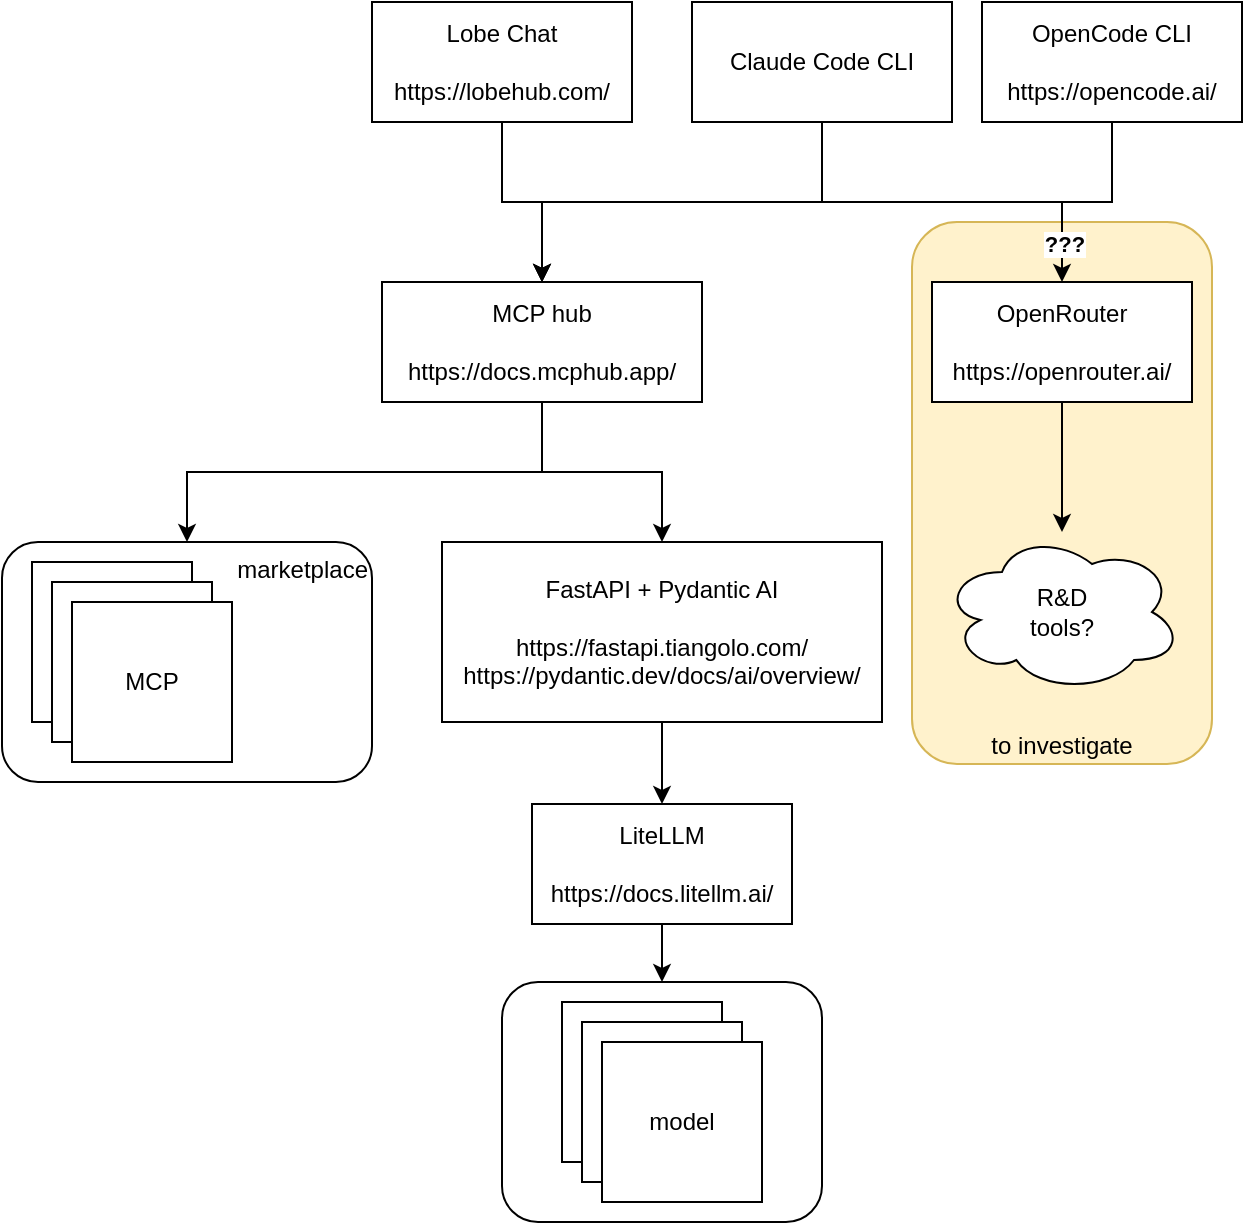
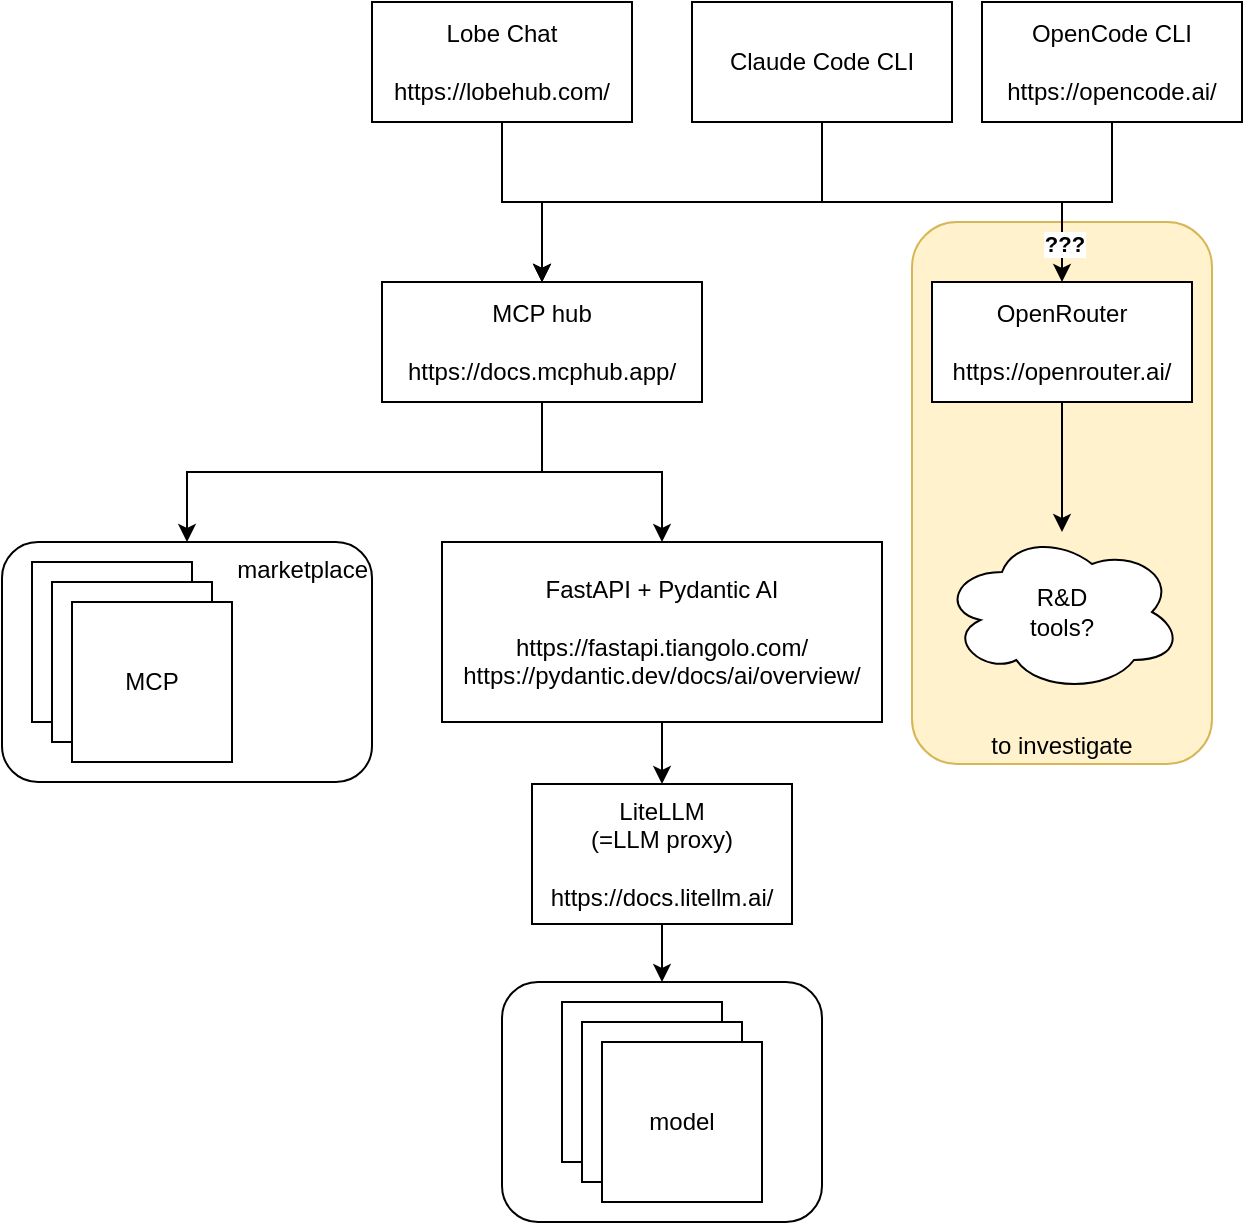
- <mxfile host="Electron">
-   <diagram name="Page-1" id="eoCcnYiY0moZGyWLbca1">
-     <mxGraphModel dx="1232" dy="834" grid="1" gridSize="10" guides="1" tooltips="1" connect="1" arrows="1" fold="1" page="1" pageScale="1" pageWidth="1169" pageHeight="827" math="0" shadow="0">
-       <root>
-         <mxCell id="0" />
-         <mxCell id="1" parent="0" />
-         <mxCell id="oqBE7Asl-N-f4Xp79ZGu-9" parent="1" style="rounded=1;whiteSpace=wrap;html=1;verticalAlign=bottom;fillColor=#fff2cc;strokeColor=#d6b656;" value="to investigate" vertex="1">
-           <mxGeometry height="271" width="150" x="729" y="219" as="geometry" />
-         </mxCell>
-         <mxCell id="QunFR9r59bLeWJVrqa1z-16" parent="1" style="rounded=1;whiteSpace=wrap;html=1;" value="" vertex="1">
-           <mxGeometry height="120" width="160" x="524" y="599" as="geometry" />
-         </mxCell>
-         <mxCell id="oqBE7Asl-N-f4Xp79ZGu-5" edge="1" parent="1" source="QunFR9r59bLeWJVrqa1z-1" style="edgeStyle=orthogonalEdgeStyle;rounded=0;orthogonalLoop=1;jettySize=auto;html=1;exitX=0.5;exitY=1;exitDx=0;exitDy=0;" target="QunFR9r59bLeWJVrqa1z-4">
-           <mxGeometry relative="1" as="geometry" />
-         </mxCell>
-         <mxCell id="QunFR9r59bLeWJVrqa1z-1" parent="1" style="rounded=0;whiteSpace=wrap;html=1;" value="OpenCode CLI&lt;br&gt;&lt;br&gt;https://opencode.ai/" vertex="1">
-           <mxGeometry height="60" width="130" x="764" y="109" as="geometry" />
-         </mxCell>
-         <mxCell id="QunFR9r59bLeWJVrqa1z-22" edge="1" parent="1" source="QunFR9r59bLeWJVrqa1z-2" style="edgeStyle=orthogonalEdgeStyle;rounded=0;orthogonalLoop=1;jettySize=auto;html=1;exitX=0.5;exitY=1;exitDx=0;exitDy=0;" target="QunFR9r59bLeWJVrqa1z-3">
-           <mxGeometry relative="1" as="geometry" />
-         </mxCell>
-         <mxCell id="QunFR9r59bLeWJVrqa1z-2" parent="1" style="rounded=0;whiteSpace=wrap;html=1;" value="OpenRouter&lt;br&gt;&lt;br&gt;https://openrouter.ai/" vertex="1">
-           <mxGeometry height="60" width="130" x="739" y="249" as="geometry" />
-         </mxCell>
-         <mxCell id="QunFR9r59bLeWJVrqa1z-3" parent="1" style="ellipse;shape=cloud;whiteSpace=wrap;html=1;" value="R&amp;amp;D&lt;div&gt;tools?&lt;/div&gt;" vertex="1">
-           <mxGeometry height="80" width="120" x="744" y="374" as="geometry" />
-         </mxCell>
-         <mxCell id="QunFR9r59bLeWJVrqa1z-17" edge="1" parent="1" source="QunFR9r59bLeWJVrqa1z-4" style="edgeStyle=orthogonalEdgeStyle;rounded=0;orthogonalLoop=1;jettySize=auto;html=1;exitX=0.5;exitY=1;exitDx=0;exitDy=0;entryX=0.5;entryY=0;entryDx=0;entryDy=0;" target="QunFR9r59bLeWJVrqa1z-5">
-           <mxGeometry relative="1" as="geometry" />
-         </mxCell>
-         <mxCell id="QunFR9r59bLeWJVrqa1z-28" edge="1" parent="1" source="QunFR9r59bLeWJVrqa1z-4" style="edgeStyle=orthogonalEdgeStyle;rounded=0;orthogonalLoop=1;jettySize=auto;html=1;exitX=0.5;exitY=1;exitDx=0;exitDy=0;entryX=0.5;entryY=0;entryDx=0;entryDy=0;" target="QunFR9r59bLeWJVrqa1z-23">
-           <mxGeometry relative="1" as="geometry" />
-         </mxCell>
-         <mxCell id="QunFR9r59bLeWJVrqa1z-4" parent="1" style="rounded=0;whiteSpace=wrap;html=1;" value="MCP hub&lt;br&gt;&lt;br&gt;https://docs.mcphub.app/" vertex="1">
-           <mxGeometry height="60" width="160" x="464" y="249" as="geometry" />
-         </mxCell>
-         <mxCell id="QunFR9r59bLeWJVrqa1z-18" edge="1" parent="1" source="QunFR9r59bLeWJVrqa1z-5" style="edgeStyle=orthogonalEdgeStyle;rounded=0;orthogonalLoop=1;jettySize=auto;html=1;exitX=0.5;exitY=1;exitDx=0;exitDy=0;entryX=0.5;entryY=0;entryDx=0;entryDy=0;" target="QunFR9r59bLeWJVrqa1z-7">
-           <mxGeometry relative="1" as="geometry">
-             <mxPoint x="624" y="489" as="sourcePoint" />
-           </mxGeometry>
-         </mxCell>
-         <mxCell id="QunFR9r59bLeWJVrqa1z-5" parent="1" style="rounded=0;whiteSpace=wrap;html=1;" value="FastAPI + Pydantic AI&lt;br&gt;&lt;br&gt;https://fastapi.tiangolo.com/&lt;br&gt;https://pydantic.dev/docs/ai/overview/" vertex="1">
-           <mxGeometry height="90" width="220" x="494" y="379" as="geometry" />
-         </mxCell>
-         <mxCell id="QunFR9r59bLeWJVrqa1z-19" edge="1" parent="1" source="QunFR9r59bLeWJVrqa1z-7" style="edgeStyle=orthogonalEdgeStyle;rounded=0;orthogonalLoop=1;jettySize=auto;html=1;exitX=0.5;exitY=1;exitDx=0;exitDy=0;entryX=0.5;entryY=0;entryDx=0;entryDy=0;" target="QunFR9r59bLeWJVrqa1z-16">
-           <mxGeometry relative="1" as="geometry" />
-         </mxCell>
-         <mxCell id="QunFR9r59bLeWJVrqa1z-7" parent="1" style="rounded=0;whiteSpace=wrap;html=1;" value="LiteLLM&lt;br&gt;&lt;br&gt;https://docs.litellm.ai/" vertex="1">
-           <mxGeometry height="60" width="130" x="539" y="510" as="geometry" />
-         </mxCell>
-         <mxCell id="QunFR9r59bLeWJVrqa1z-9" parent="1" style="whiteSpace=wrap;html=1;aspect=fixed;" value="M1" vertex="1">
-           <mxGeometry height="80" width="80" x="554" y="609" as="geometry" />
-         </mxCell>
-         <mxCell id="QunFR9r59bLeWJVrqa1z-12" parent="1" style="whiteSpace=wrap;html=1;aspect=fixed;" value="M1" vertex="1">
-           <mxGeometry height="80" width="80" x="564" y="619" as="geometry" />
-         </mxCell>
-         <mxCell id="QunFR9r59bLeWJVrqa1z-13" parent="1" style="whiteSpace=wrap;html=1;aspect=fixed;" value="model" vertex="1">
-           <mxGeometry height="80" width="80" x="574" y="629" as="geometry" />
-         </mxCell>
-         <mxCell id="QunFR9r59bLeWJVrqa1z-23" parent="1" style="rounded=1;whiteSpace=wrap;html=1;align=right;verticalAlign=top;" value="marketplace" vertex="1">
-           <mxGeometry height="120" width="185" x="274" y="379" as="geometry" />
-         </mxCell>
-         <mxCell id="QunFR9r59bLeWJVrqa1z-24" parent="1" style="whiteSpace=wrap;html=1;aspect=fixed;" value="M1" vertex="1">
-           <mxGeometry height="80" width="80" x="289" y="389" as="geometry" />
-         </mxCell>
-         <mxCell id="QunFR9r59bLeWJVrqa1z-25" parent="1" style="whiteSpace=wrap;html=1;aspect=fixed;" value="M1" vertex="1">
-           <mxGeometry height="80" width="80" x="299" y="399" as="geometry" />
-         </mxCell>
-         <mxCell id="QunFR9r59bLeWJVrqa1z-26" parent="1" style="whiteSpace=wrap;html=1;aspect=fixed;" value="MCP" vertex="1">
-           <mxGeometry height="80" width="80" x="309" y="409" as="geometry" />
-         </mxCell>
-         <mxCell id="oqBE7Asl-N-f4Xp79ZGu-4" edge="1" parent="1" source="2" style="edgeStyle=orthogonalEdgeStyle;rounded=0;orthogonalLoop=1;jettySize=auto;html=1;exitX=0.5;exitY=1;exitDx=0;exitDy=0;" target="QunFR9r59bLeWJVrqa1z-4">
-           <mxGeometry relative="1" as="geometry" />
-         </mxCell>
-         <mxCell id="2" parent="1" style="rounded=0;whiteSpace=wrap;html=1;" value="Lobe Chat&lt;br&gt;&lt;br&gt;https://lobehub.com/" vertex="1">
-           <mxGeometry height="60" width="130" x="459" y="109" as="geometry" />
-         </mxCell>
-         <mxCell id="oqBE7Asl-N-f4Xp79ZGu-3" edge="1" parent="1" source="3" style="edgeStyle=orthogonalEdgeStyle;rounded=0;orthogonalLoop=1;jettySize=auto;html=1;exitX=0.5;exitY=1;exitDx=0;exitDy=0;entryX=0.5;entryY=0;entryDx=0;entryDy=0;" target="QunFR9r59bLeWJVrqa1z-4">
-           <mxGeometry relative="1" as="geometry" />
-         </mxCell>
-         <mxCell id="oqBE7Asl-N-f4Xp79ZGu-6" edge="1" parent="1" source="3" style="edgeStyle=orthogonalEdgeStyle;rounded=0;orthogonalLoop=1;jettySize=auto;html=1;exitX=0.5;exitY=1;exitDx=0;exitDy=0;entryX=0.5;entryY=0;entryDx=0;entryDy=0;" target="QunFR9r59bLeWJVrqa1z-2">
-           <mxGeometry relative="1" as="geometry" />
-         </mxCell>
-         <mxCell id="oqBE7Asl-N-f4Xp79ZGu-8" connectable="0" parent="oqBE7Asl-N-f4Xp79ZGu-6" style="edgeLabel;html=1;align=center;verticalAlign=middle;resizable=0;points=[];" value="&lt;b&gt;???&lt;/b&gt;" vertex="1">
-           <mxGeometry relative="1" x="0.8045" y="1" as="geometry">
-             <mxPoint as="offset" />
-           </mxGeometry>
-         </mxCell>
-         <mxCell id="3" parent="1" style="rounded=0;whiteSpace=wrap;html=1;" value="Claude Code CLI" vertex="1">
-           <mxGeometry height="60" width="130" x="619" y="109" as="geometry" />
-         </mxCell>
-       </root>
-     </mxGraphModel>
-   </diagram>
- </mxfile>
+ <mxfile host="65bd71144e">
+     <diagram name="Page-1" id="eoCcnYiY0moZGyWLbca1">
+         <mxGraphModel dx="2654" dy="1161" grid="1" gridSize="10" guides="1" tooltips="1" connect="1" arrows="1" fold="1" page="1" pageScale="1" pageWidth="1169" pageHeight="827" math="0" shadow="0">
+             <root>
+                 <mxCell id="0"/>
+                 <mxCell id="1" parent="0"/>
+                 <mxCell id="oqBE7Asl-N-f4Xp79ZGu-9" value="to investigate" style="rounded=1;whiteSpace=wrap;html=1;verticalAlign=bottom;fillColor=#fff2cc;strokeColor=#d6b656;" parent="1" vertex="1">
+                     <mxGeometry x="729" y="219" width="150" height="271" as="geometry"/>
+                 </mxCell>
+                 <mxCell id="QunFR9r59bLeWJVrqa1z-16" value="" style="rounded=1;whiteSpace=wrap;html=1;" parent="1" vertex="1">
+                     <mxGeometry x="524" y="599" width="160" height="120" as="geometry"/>
+                 </mxCell>
+                 <mxCell id="oqBE7Asl-N-f4Xp79ZGu-5" style="edgeStyle=orthogonalEdgeStyle;rounded=0;orthogonalLoop=1;jettySize=auto;html=1;exitX=0.5;exitY=1;exitDx=0;exitDy=0;" parent="1" source="QunFR9r59bLeWJVrqa1z-1" target="QunFR9r59bLeWJVrqa1z-4" edge="1">
+                     <mxGeometry relative="1" as="geometry"/>
+                 </mxCell>
+                 <mxCell id="QunFR9r59bLeWJVrqa1z-1" value="OpenCode CLI&lt;br&gt;&lt;br&gt;https://opencode.ai/" style="rounded=0;whiteSpace=wrap;html=1;" parent="1" vertex="1">
+                     <mxGeometry x="764" y="109" width="130" height="60" as="geometry"/>
+                 </mxCell>
+                 <mxCell id="QunFR9r59bLeWJVrqa1z-22" style="edgeStyle=orthogonalEdgeStyle;rounded=0;orthogonalLoop=1;jettySize=auto;html=1;exitX=0.5;exitY=1;exitDx=0;exitDy=0;" parent="1" source="QunFR9r59bLeWJVrqa1z-2" target="QunFR9r59bLeWJVrqa1z-3" edge="1">
+                     <mxGeometry relative="1" as="geometry"/>
+                 </mxCell>
+                 <mxCell id="QunFR9r59bLeWJVrqa1z-2" value="OpenRouter&lt;br&gt;&lt;br&gt;https://openrouter.ai/" style="rounded=0;whiteSpace=wrap;html=1;" parent="1" vertex="1">
+                     <mxGeometry x="739" y="249" width="130" height="60" as="geometry"/>
+                 </mxCell>
+                 <mxCell id="QunFR9r59bLeWJVrqa1z-3" value="R&amp;amp;D&lt;div&gt;tools?&lt;/div&gt;" style="ellipse;shape=cloud;whiteSpace=wrap;html=1;" parent="1" vertex="1">
+                     <mxGeometry x="744" y="374" width="120" height="80" as="geometry"/>
+                 </mxCell>
+                 <mxCell id="QunFR9r59bLeWJVrqa1z-17" style="edgeStyle=orthogonalEdgeStyle;rounded=0;orthogonalLoop=1;jettySize=auto;html=1;exitX=0.5;exitY=1;exitDx=0;exitDy=0;entryX=0.5;entryY=0;entryDx=0;entryDy=0;" parent="1" source="QunFR9r59bLeWJVrqa1z-4" target="QunFR9r59bLeWJVrqa1z-5" edge="1">
+                     <mxGeometry relative="1" as="geometry"/>
+                 </mxCell>
+                 <mxCell id="QunFR9r59bLeWJVrqa1z-28" style="edgeStyle=orthogonalEdgeStyle;rounded=0;orthogonalLoop=1;jettySize=auto;html=1;exitX=0.5;exitY=1;exitDx=0;exitDy=0;entryX=0.5;entryY=0;entryDx=0;entryDy=0;" parent="1" source="QunFR9r59bLeWJVrqa1z-4" target="QunFR9r59bLeWJVrqa1z-23" edge="1">
+                     <mxGeometry relative="1" as="geometry"/>
+                 </mxCell>
+                 <mxCell id="QunFR9r59bLeWJVrqa1z-4" value="MCP hub&lt;br&gt;&lt;br&gt;https://docs.mcphub.app/" style="rounded=0;whiteSpace=wrap;html=1;" parent="1" vertex="1">
+                     <mxGeometry x="464" y="249" width="160" height="60" as="geometry"/>
+                 </mxCell>
+                 <mxCell id="QunFR9r59bLeWJVrqa1z-18" style="edgeStyle=orthogonalEdgeStyle;rounded=0;orthogonalLoop=1;jettySize=auto;html=1;exitX=0.5;exitY=1;exitDx=0;exitDy=0;entryX=0.5;entryY=0;entryDx=0;entryDy=0;" parent="1" source="QunFR9r59bLeWJVrqa1z-5" target="QunFR9r59bLeWJVrqa1z-7" edge="1">
+                     <mxGeometry relative="1" as="geometry">
+                         <mxPoint x="624" y="489" as="sourcePoint"/>
+                     </mxGeometry>
+                 </mxCell>
+                 <mxCell id="QunFR9r59bLeWJVrqa1z-5" value="FastAPI + Pydantic AI&lt;br&gt;&lt;br&gt;https://fastapi.tiangolo.com/&lt;br&gt;https://pydantic.dev/docs/ai/overview/" style="rounded=0;whiteSpace=wrap;html=1;" parent="1" vertex="1">
+                     <mxGeometry x="494" y="379" width="220" height="90" as="geometry"/>
+                 </mxCell>
+                 <mxCell id="QunFR9r59bLeWJVrqa1z-19" style="edgeStyle=orthogonalEdgeStyle;rounded=0;orthogonalLoop=1;jettySize=auto;html=1;exitX=0.5;exitY=1;exitDx=0;exitDy=0;entryX=0.5;entryY=0;entryDx=0;entryDy=0;" parent="1" source="QunFR9r59bLeWJVrqa1z-7" target="QunFR9r59bLeWJVrqa1z-16" edge="1">
+                     <mxGeometry relative="1" as="geometry"/>
+                 </mxCell>
+                 <mxCell id="QunFR9r59bLeWJVrqa1z-7" value="LiteLLM&lt;br&gt;(=LLM proxy)&lt;br&gt;&lt;br&gt;https://docs.litellm.ai/" style="rounded=0;whiteSpace=wrap;html=1;" parent="1" vertex="1">
+                     <mxGeometry x="539" y="500" width="130" height="70" as="geometry"/>
+                 </mxCell>
+                 <mxCell id="QunFR9r59bLeWJVrqa1z-9" value="M1" style="whiteSpace=wrap;html=1;aspect=fixed;" parent="1" vertex="1">
+                     <mxGeometry x="554" y="609" width="80" height="80" as="geometry"/>
+                 </mxCell>
+                 <mxCell id="QunFR9r59bLeWJVrqa1z-12" value="M1" style="whiteSpace=wrap;html=1;aspect=fixed;" parent="1" vertex="1">
+                     <mxGeometry x="564" y="619" width="80" height="80" as="geometry"/>
+                 </mxCell>
+                 <mxCell id="QunFR9r59bLeWJVrqa1z-13" value="model" style="whiteSpace=wrap;html=1;aspect=fixed;" parent="1" vertex="1">
+                     <mxGeometry x="574" y="629" width="80" height="80" as="geometry"/>
+                 </mxCell>
+                 <mxCell id="QunFR9r59bLeWJVrqa1z-23" value="marketplace" style="rounded=1;whiteSpace=wrap;html=1;align=right;verticalAlign=top;" parent="1" vertex="1">
+                     <mxGeometry x="274" y="379" width="185" height="120" as="geometry"/>
+                 </mxCell>
+                 <mxCell id="QunFR9r59bLeWJVrqa1z-24" value="M1" style="whiteSpace=wrap;html=1;aspect=fixed;" parent="1" vertex="1">
+                     <mxGeometry x="289" y="389" width="80" height="80" as="geometry"/>
+                 </mxCell>
+                 <mxCell id="QunFR9r59bLeWJVrqa1z-25" value="M1" style="whiteSpace=wrap;html=1;aspect=fixed;" parent="1" vertex="1">
+                     <mxGeometry x="299" y="399" width="80" height="80" as="geometry"/>
+                 </mxCell>
+                 <mxCell id="QunFR9r59bLeWJVrqa1z-26" value="MCP" style="whiteSpace=wrap;html=1;aspect=fixed;" parent="1" vertex="1">
+                     <mxGeometry x="309" y="409" width="80" height="80" as="geometry"/>
+                 </mxCell>
+                 <mxCell id="oqBE7Asl-N-f4Xp79ZGu-4" style="edgeStyle=orthogonalEdgeStyle;rounded=0;orthogonalLoop=1;jettySize=auto;html=1;exitX=0.5;exitY=1;exitDx=0;exitDy=0;" parent="1" source="2" target="QunFR9r59bLeWJVrqa1z-4" edge="1">
+                     <mxGeometry relative="1" as="geometry"/>
+                 </mxCell>
+                 <mxCell id="2" value="Lobe Chat&lt;br&gt;&lt;br&gt;https://lobehub.com/" style="rounded=0;whiteSpace=wrap;html=1;" parent="1" vertex="1">
+                     <mxGeometry x="459" y="109" width="130" height="60" as="geometry"/>
+                 </mxCell>
+                 <mxCell id="oqBE7Asl-N-f4Xp79ZGu-3" style="edgeStyle=orthogonalEdgeStyle;rounded=0;orthogonalLoop=1;jettySize=auto;html=1;exitX=0.5;exitY=1;exitDx=0;exitDy=0;entryX=0.5;entryY=0;entryDx=0;entryDy=0;" parent="1" source="3" target="QunFR9r59bLeWJVrqa1z-4" edge="1">
+                     <mxGeometry relative="1" as="geometry"/>
+                 </mxCell>
+                 <mxCell id="oqBE7Asl-N-f4Xp79ZGu-6" style="edgeStyle=orthogonalEdgeStyle;rounded=0;orthogonalLoop=1;jettySize=auto;html=1;exitX=0.5;exitY=1;exitDx=0;exitDy=0;entryX=0.5;entryY=0;entryDx=0;entryDy=0;" parent="1" source="3" target="QunFR9r59bLeWJVrqa1z-2" edge="1">
+                     <mxGeometry relative="1" as="geometry"/>
+                 </mxCell>
+                 <mxCell id="oqBE7Asl-N-f4Xp79ZGu-8" value="&lt;b&gt;???&lt;/b&gt;" style="edgeLabel;html=1;align=center;verticalAlign=middle;resizable=0;points=[];" parent="oqBE7Asl-N-f4Xp79ZGu-6" connectable="0" vertex="1">
+                     <mxGeometry x="0.8045" y="1" relative="1" as="geometry">
+                         <mxPoint as="offset"/>
+                     </mxGeometry>
+                 </mxCell>
+                 <mxCell id="3" value="Claude Code CLI" style="rounded=0;whiteSpace=wrap;html=1;" parent="1" vertex="1">
+                     <mxGeometry x="619" y="109" width="130" height="60" as="geometry"/>
+                 </mxCell>
+             </root>
+         </mxGraphModel>
+     </diagram>
+ </mxfile>